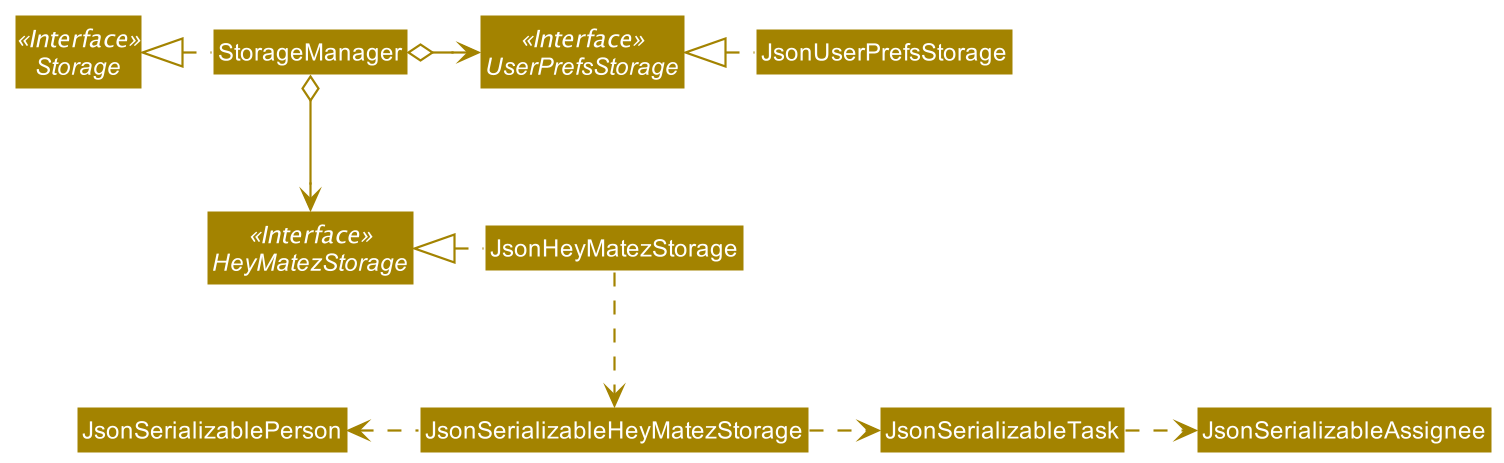
The PlantUML diagram docs/images/StorageClassDiagram.png in nus-cs2103-AY2021S2/tp, before a commit.
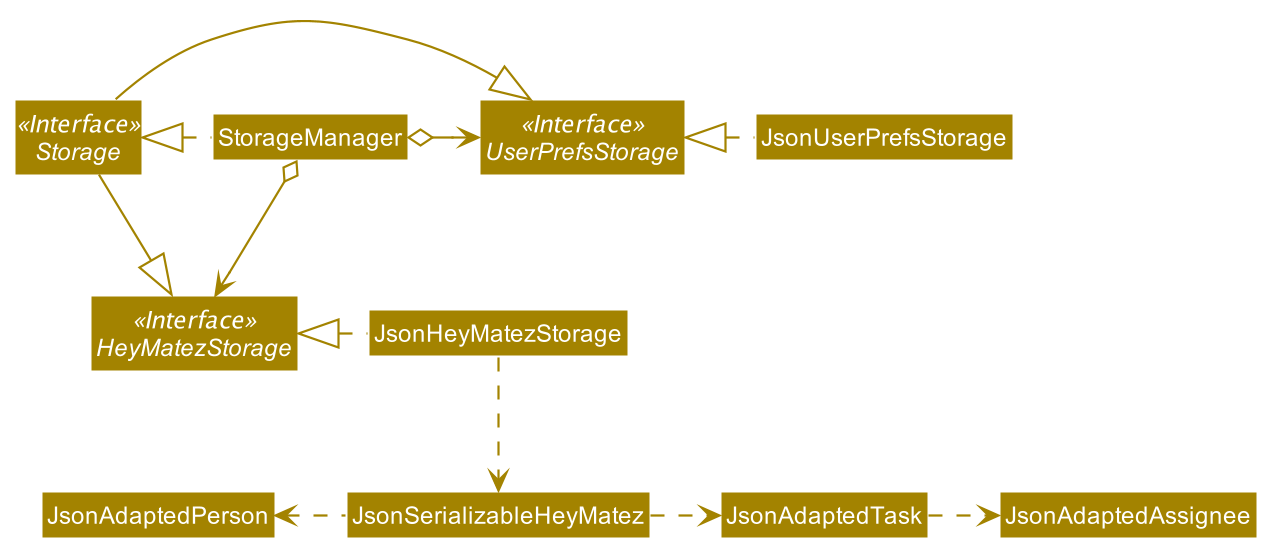
The same file after the commit.

Diff of the diagram source:
```diff
@@ -12,14 +12,17 @@
 Class JsonUserPrefsStorage
 Class JsonHeyMatezStorage
 
+Storage -|> HeyMatezStorage
+Storage -|> UserPrefsStorage
+
 StorageManager .left.|> Storage
 StorageManager o-right-> UserPrefsStorage
 StorageManager o--> HeyMatezStorage
 
 JsonUserPrefsStorage .left.|> UserPrefsStorage
 JsonHeyMatezStorage .left.|> HeyMatezStorage
-JsonHeyMatezStorage .down.> JsonSerializableHeyMatezStorage
-JsonSerializableHeyMatezStorage .left.> JsonSerializablePerson
-JsonSerializableHeyMatezStorage .right.> JsonSerializableTask
-JsonSerializableTask .right.> JsonSerializableAssignee
+JsonHeyMatezStorage .down.> JsonSerializableHeyMatez
+JsonSerializableHeyMatez .left.> JsonAdaptedPerson
+JsonSerializableHeyMatez .right.> JsonAdaptedTask
+JsonAdaptedTask .right.> JsonAdaptedAssignee
 @enduml
```
